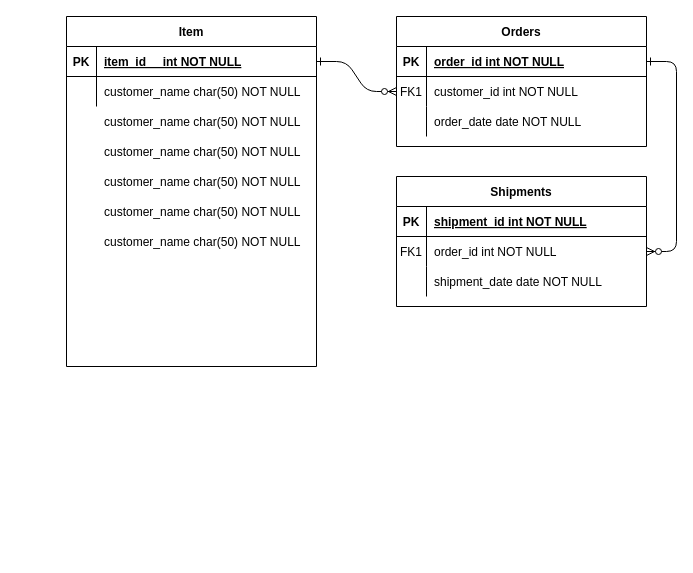
Before: Documentation/Untitled Diagram.drawio in IvoRum/Ape_Beats, a draw.io diagram. Source tidied: cells renumbered, new cells numbered last; positions are measured from the earlier drawing's top-left corner, leaving out a move shared by most shapes. Both pictures are drawn from the tidied source at 100%, with x=0, y=0 at pixel (66, 16).
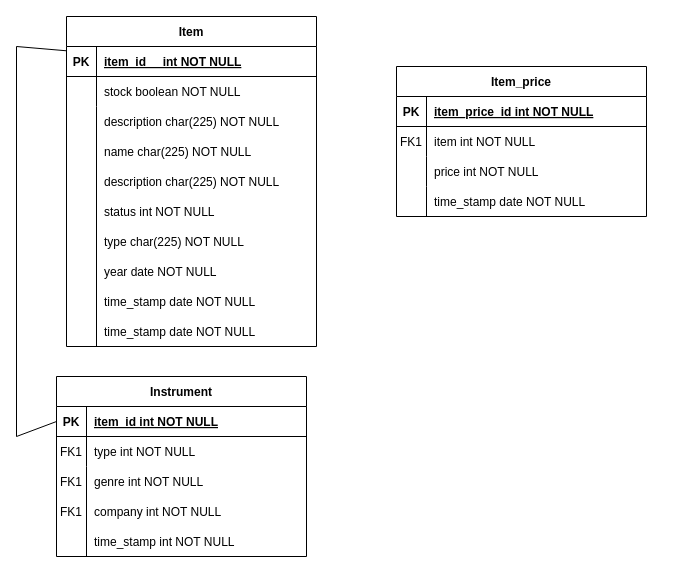
After the change.

Unchanged cells that the change refers to:
```xml
<mxCell id="15" style="shape=partialRectangle;fillColor=none;points=[[0,0.5],[1,0.5]];portConstraint=eastwest;top=0;left=0;right=0;bottom=1;" parent="14" vertex="1">
  <mxGeometry y="30" width="250" height="30" as="geometry" />
</mxCell>
<mxCell id="25" style="shape=partialRectangle;fillColor=none;points=[[0,0.5],[1,0.5]];portConstraint=eastwest;top=0;left=0;right=0;bottom=1;" parent="24" vertex="1">
  <mxGeometry y="30" width="250" height="30" as="geometry" />
</mxCell>
<mxCell id="28" style="shape=partialRectangle;fillColor=none;top=0;left=0;right=0;bottom=0;" parent="24" vertex="1">
  <mxGeometry y="60" width="250" height="30" as="geometry" />
</mxCell>
```

What changed in the source:
```diff
@@
-    <mxCell id="2" style="edgeStyle=entityRelationEdgeStyle;endArrow=ERzeroToMany;startArrow=ERone;endFill=1;startFill=0;" parent="1" edge="1" source="25" target="8">
-      <mxGeometry relative="1" as="geometry" />
-    </mxCell>
-    <mxCell id="3" style="edgeStyle=entityRelationEdgeStyle;endArrow=ERzeroToMany;startArrow=ERone;endFill=1;startFill=0;" parent="1" edge="1" source="5" target="18">
-      <mxGeometry relative="1" as="geometry" />
-    </mxCell>
-    <mxCell id="4" value="Orders" style="shape=table;startSize=30;childLayout=tableLayout;rowLines=0;fontStyle=1;align=center;" parent="1" vertex="1">
-      <mxGeometry x="330" width="250" height="130" as="geometry" />
-    </mxCell>
-    <mxCell id="5" style="shape=partialRectangle;fillColor=none;points=[[0,0.5],[1,0.5]];portConstraint=eastwest;top=0;left=0;right=0;bottom=1;" parent="4" vertex="1">
-      <mxGeometry y="30" width="250" height="30" as="geometry" />
-    </mxCell>
-    <mxCell id="6" value="PK" style="shape=partialRectangle;overflow=hidden;fillColor=none;top=0;left=0;bottom=0;right=0;fontStyle=1;" parent="5" vertex="1">
-      <mxGeometry width="30" height="30" as="geometry" />
-    </mxCell>
-    <mxCell id="7" value="order_id int NOT NULL " style="shape=partialRectangle;overflow=hidden;fillColor=none;top=0;left=0;bottom=0;right=0;align=left;spacingLeft=6;fontStyle=5;" parent="5" vertex="1">
-      <mxGeometry x="30" width="220" height="30" as="geometry" />
-    </mxCell>
-    <mxCell id="8" style="shape=partialRectangle;fillColor=none;points=[[0,0.5],[1,0.5]];portConstraint=eastwest;top=0;left=0;right=0;bottom=0;" parent="4" vertex="1">
-      <mxGeometry y="60" width="250" height="30" as="geometry" />
-    </mxCell>
-    <mxCell id="9" value="FK1" style="shape=partialRectangle;overflow=hidden;fillColor=none;top=0;left=0;bottom=0;right=0;" parent="8" vertex="1">
-      <mxGeometry width="30" height="30" as="geometry" />
-    </mxCell>
-    <mxCell id="10" value="customer_id int NOT NULL" style="shape=partialRectangle;overflow=hidden;fillColor=none;top=0;left=0;bottom=0;right=0;align=left;spacingLeft=6;" parent="8" vertex="1">
-      <mxGeometry x="30" width="220" height="30" as="geometry" />
-    </mxCell>
-    <mxCell id="11" style="shape=partialRectangle;fillColor=none;top=0;left=0;right=0;bottom=0;" parent="4" vertex="1">
-      <mxGeometry y="90" width="250" height="30" as="geometry" />
-    </mxCell>
-    <mxCell id="12" style="shape=partialRectangle;overflow=hidden;fillColor=none;top=0;left=0;bottom=0;right=0;" parent="11" vertex="1">
-      <mxGeometry width="30" height="30" as="geometry" />
-    </mxCell>
-    <mxCell id="13" value="order_date date NOT NULL" style="shape=partialRectangle;overflow=hidden;fillColor=none;top=0;left=0;bottom=0;right=0;align=left;spacingLeft=6;" parent="11" vertex="1">
-      <mxGeometry x="30" width="220" height="30" as="geometry" />
-    </mxCell>
-    <mxCell id="14" value="Shipments" style="shape=table;startSize=30;childLayout=tableLayout;rowLines=0;fontStyle=1;align=center;" parent="1" vertex="1">
-      <mxGeometry x="330" y="160" width="250" height="130" as="geometry" />
+    <mxCell id="14" value="Instrument" style="shape=table;startSize=30;childLayout=tableLayout;rowLines=0;fontStyle=1;align=center;" parent="1" vertex="1">
+      <mxGeometry x="-10" y="360" width="250" height="180" as="geometry" />
     </mxCell>
@@
-    <mxCell id="17" value="shipment_id int NOT NULL " style="shape=partialRectangle;overflow=hidden;fillColor=none;top=0;left=0;bottom=0;right=0;align=left;spacingLeft=6;fontStyle=5;" parent="15" vertex="1">
+    <mxCell id="17" value="item_id int NOT NULL " style="shape=partialRectangle;overflow=hidden;fillColor=none;top=0;left=0;bottom=0;right=0;align=left;spacingLeft=6;fontStyle=5;" parent="15" vertex="1">
       <mxGeometry x="30" width="220" height="30" as="geometry" />
     </mxCell>
-    <mxCell id="18" style="shape=partialRectangle;fillColor=none;points=[[0,0.5],[1,0.5]];portConstraint=eastwest;top=0;left=0;right=0;bottom=0;" parent="14" vertex="1">
-      <mxGeometry y="60" width="250" height="30" as="geometry" />
-    </mxCell>
-    <mxCell id="19" value="FK1" style="shape=partialRectangle;overflow=hidden;fillColor=none;top=0;left=0;bottom=0;right=0;" parent="18" vertex="1">
-      <mxGeometry width="30" height="30" as="geometry" />
-    </mxCell>
-    <mxCell id="20" value="order_id int NOT NULL" style="shape=partialRectangle;overflow=hidden;fillColor=none;top=0;left=0;bottom=0;right=0;align=left;spacingLeft=6;" parent="18" vertex="1">
-      <mxGeometry x="30" width="220" height="30" as="geometry" />
-    </mxCell>
     <mxCell id="21" style="shape=partialRectangle;fillColor=none;top=0;left=0;right=0;bottom=0;" parent="14" vertex="1">
-      <mxGeometry y="90" width="250" height="30" as="geometry" />
+      <mxGeometry y="60" width="250" height="30" as="geometry" />
     </mxCell>
@@
-    <mxCell id="23" value="shipment_date date NOT NULL" style="shape=partialRectangle;overflow=hidden;fillColor=none;top=0;left=0;bottom=0;right=0;align=left;spacingLeft=6;" parent="21" vertex="1">
+    <mxCell id="23" value="type int NOT NULL" style="shape=partialRectangle;overflow=hidden;fillColor=none;top=0;left=0;bottom=0;right=0;align=left;spacingLeft=6;" parent="21" vertex="1">
       <mxGeometry x="30" width="220" height="30" as="geometry" />
     </mxCell>
     <mxCell id="24" value="Item" style="shape=table;startSize=30;childLayout=tableLayout;rowLines=0;fontStyle=1;align=center;" parent="1" vertex="1">
-      <mxGeometry width="250" height="350" as="geometry" />
+      <mxGeometry width="250" height="330" as="geometry" />
     </mxCell>
@@
-    <mxCell id="30" value="customer_name char(50) NOT NULL" style="shape=partialRectangle;overflow=hidden;fillColor=none;top=0;left=0;bottom=0;right=0;align=left;spacingLeft=6;" parent="28" vertex="1">
+    <mxCell id="30" value="stock boolean NOT NULL" style="shape=partialRectangle;overflow=hidden;fillColor=none;top=0;left=0;bottom=0;right=0;align=left;spacingLeft=6;" parent="28" vertex="1">
       <mxGeometry x="30" width="220" height="30" as="geometry" />
     </mxCell>
-    <mxCell id="31" value="customer_name char(50) NOT NULL" style="shape=partialRectangle;overflow=hidden;fillColor=none;top=0;left=0;bottom=0;right=0;align=left;spacingLeft=6;" parent="1" vertex="1">
+    <mxCell id="31" value="description char(225) NOT NULL" style="shape=partialRectangle;overflow=hidden;fillColor=none;top=0;left=0;bottom=0;right=0;align=left;spacingLeft=6;" parent="1" vertex="1">
       <mxGeometry x="30" y="90" width="220" height="30" as="geometry" />
     </mxCell>
-    <mxCell id="32" value="customer_name char(50) NOT NULL" style="shape=partialRectangle;overflow=hidden;fillColor=none;top=0;left=0;bottom=0;right=0;align=left;spacingLeft=6;" parent="1" vertex="1">
-      <mxGeometry x="30" y="120" width="220" height="30" as="geometry" />
+    <mxCell id="32" value="status int NOT NULL" style="shape=partialRectangle;overflow=hidden;fillColor=none;top=0;left=0;bottom=0;right=0;align=left;spacingLeft=6;" parent="1" vertex="1">
+      <mxGeometry x="30" y="180" width="220" height="30" as="geometry" />
     </mxCell>
-    <mxCell id="33" value="customer_name char(50) NOT NULL" style="shape=partialRectangle;overflow=hidden;fillColor=none;top=0;left=0;bottom=0;right=0;align=left;spacingLeft=6;" parent="1" vertex="1">
-      <mxGeometry x="30" y="150" width="220" height="30" as="geometry" />
+    <mxCell id="33" value="type char(225) NOT NULL" style="shape=partialRectangle;overflow=hidden;fillColor=none;top=0;left=0;bottom=0;right=0;align=left;spacingLeft=6;" parent="1" vertex="1">
+      <mxGeometry x="30" y="210" width="220" height="30" as="geometry" />
     </mxCell>
-    <mxCell id="34" value="customer_name char(50) NOT NULL" style="shape=partialRectangle;overflow=hidden;fillColor=none;top=0;left=0;bottom=0;right=0;align=left;spacingLeft=6;" parent="1" vertex="1">
-      <mxGeometry x="30" y="180" width="220" height="30" as="geometry" />
+    <mxCell id="34" value="year date NOT NULL" style="shape=partialRectangle;overflow=hidden;fillColor=none;top=0;left=0;bottom=0;right=0;align=left;spacingLeft=6;" parent="1" vertex="1">
+      <mxGeometry x="30" y="240" width="220" height="30" as="geometry" />
     </mxCell>
-    <mxCell id="35" value="customer_name char(50) NOT NULL" style="shape=partialRectangle;overflow=hidden;fillColor=none;top=0;left=0;bottom=0;right=0;align=left;spacingLeft=6;" parent="1" vertex="1">
-      <mxGeometry x="30" y="210" width="220" height="30" as="geometry" />
+    <mxCell id="35" value="time_stamp date NOT NULL" style="shape=partialRectangle;overflow=hidden;fillColor=none;top=0;left=0;bottom=0;right=0;align=left;spacingLeft=6;" parent="1" vertex="1">
+      <mxGeometry x="30" y="270" width="220" height="30" as="geometry" />
     </mxCell>
+    <mxCell id="36" style="endArrow=none;html=1;rounded=0;" parent="1" edge="1">
+      <mxGeometry relative="1" as="geometry">
+        <mxPoint x="30" y="330" as="sourcePoint" />
+        <mxPoint x="30" y="90" as="targetPoint" />
+      </mxGeometry>
+    </mxCell>
+    <mxCell id="4" value="Item_price" style="shape=table;startSize=30;childLayout=tableLayout;rowLines=0;fontStyle=1;align=center;" parent="1" vertex="1">
+      <mxGeometry x="330" y="50" width="250" height="150" as="geometry" />
+    </mxCell>
+    <mxCell id="5" style="shape=partialRectangle;fillColor=none;points=[[0,0.5],[1,0.5]];portConstraint=eastwest;top=0;left=0;right=0;bottom=1;" parent="4" vertex="1">
+      <mxGeometry y="30" width="250" height="30" as="geometry" />
+    </mxCell>
+    <mxCell id="6" value="PK" style="shape=partialRectangle;overflow=hidden;fillColor=none;top=0;left=0;bottom=0;right=0;fontStyle=1;" parent="5" vertex="1">
+      <mxGeometry width="30" height="30" as="geometry" />
+    </mxCell>
+    <mxCell id="7" value="item_price_id int NOT NULL" style="shape=partialRectangle;overflow=hidden;fillColor=none;top=0;left=0;bottom=0;right=0;align=left;spacingLeft=6;fontStyle=5;" parent="5" vertex="1">
+      <mxGeometry x="30" width="220" height="30" as="geometry" />
+    </mxCell>
+    <mxCell id="8" style="shape=partialRectangle;fillColor=none;points=[[0,0.5],[1,0.5]];portConstraint=eastwest;top=0;left=0;right=0;bottom=0;" parent="4" vertex="1">
+      <mxGeometry y="60" width="250" height="30" as="geometry" />
+    </mxCell>
+    <mxCell id="9" value="FK1" style="shape=partialRectangle;overflow=hidden;fillColor=none;top=0;left=0;bottom=0;right=0;" parent="8" vertex="1">
+      <mxGeometry width="30" height="30" as="geometry" />
+    </mxCell>
+    <mxCell id="10" value="item int NOT NULL" style="shape=partialRectangle;overflow=hidden;fillColor=none;top=0;left=0;bottom=0;right=0;align=left;spacingLeft=6;" parent="8" vertex="1">
+      <mxGeometry x="30" width="220" height="30" as="geometry" />
+    </mxCell>
+    <mxCell id="11" style="shape=partialRectangle;fillColor=none;top=0;left=0;right=0;bottom=0;" parent="4" vertex="1">
+      <mxGeometry y="90" width="250" height="30" as="geometry" />
+    </mxCell>
+    <mxCell id="12" style="shape=partialRectangle;overflow=hidden;fillColor=none;top=0;left=0;bottom=0;right=0;" parent="11" vertex="1">
+      <mxGeometry width="30" height="30" as="geometry" />
+    </mxCell>
+    <mxCell id="13" value="price int NOT NULL" style="shape=partialRectangle;overflow=hidden;fillColor=none;top=0;left=0;bottom=0;right=0;align=left;spacingLeft=6;" parent="11" vertex="1">
+      <mxGeometry x="30" width="220" height="30" as="geometry" />
+    </mxCell>
+    <mxCell id="37" value="time_stamp date NOT NULL" style="shape=partialRectangle;overflow=hidden;fillColor=none;top=0;left=0;bottom=0;right=0;align=left;spacingLeft=6;" parent="1" vertex="1">
+      <mxGeometry x="360" y="170" width="220" height="30" as="geometry" />
+    </mxCell>
+    <mxCell id="38" style="endArrow=none;html=1;rounded=0;" parent="1" edge="1">
+      <mxGeometry relative="1" as="geometry">
+        <mxPoint x="360" y="200" as="sourcePoint" />
+        <mxPoint x="360" y="170" as="targetPoint" />
+      </mxGeometry>
+    </mxCell>
+    <mxCell id="39" value="time_stamp date NOT NULL" style="shape=partialRectangle;overflow=hidden;fillColor=none;top=0;left=0;bottom=0;right=0;align=left;spacingLeft=6;" parent="1" vertex="1">
+      <mxGeometry x="30" y="300" width="220" height="30" as="geometry" />
+    </mxCell>
+    <mxCell id="40" value="name char(225) NOT NULL" style="shape=partialRectangle;overflow=hidden;fillColor=none;top=0;left=0;bottom=0;right=0;align=left;spacingLeft=6;" parent="1" vertex="1">
+      <mxGeometry x="30" y="120" width="220" height="30" as="geometry" />
+    </mxCell>
+    <mxCell id="41" style="endArrow=none;html=1;rounded=0;exitX=0;exitY=0.5;exitDx=0;exitDy=0;" parent="1" edge="1" source="15" target="25">
+      <mxGeometry relative="1" as="geometry">
+        <Array as="points">
+          <mxPoint x="-50" y="420" />
+          <mxPoint x="-50" y="30" />
+        </Array>
+      </mxGeometry>
+    </mxCell>
+    <mxCell id="42" value="description char(225) NOT NULL" style="shape=partialRectangle;overflow=hidden;fillColor=none;top=0;left=0;bottom=0;right=0;align=left;spacingLeft=6;" parent="1" vertex="1">
+      <mxGeometry x="30" y="150" width="220" height="30" as="geometry" />
+    </mxCell>
+    <mxCell id="43" value="genre int NOT NULL" style="shape=partialRectangle;overflow=hidden;fillColor=none;top=0;left=0;bottom=0;right=0;align=left;spacingLeft=6;" parent="1" vertex="1">
+      <mxGeometry x="20" y="450" width="220" height="30" as="geometry" />
+    </mxCell>
+    <mxCell id="44" value="company int NOT NULL" style="shape=partialRectangle;overflow=hidden;fillColor=none;top=0;left=0;bottom=0;right=0;align=left;spacingLeft=6;" parent="1" vertex="1">
+      <mxGeometry x="20" y="480" width="220" height="30" as="geometry" />
+    </mxCell>
+    <mxCell id="45" value="time_stamp int NOT NULL" style="shape=partialRectangle;overflow=hidden;fillColor=none;top=0;left=0;bottom=0;right=0;align=left;spacingLeft=6;" parent="1" vertex="1">
+      <mxGeometry x="20" y="510" width="220" height="30" as="geometry" />
+    </mxCell>
+    <mxCell id="46" style="endArrow=none;html=1;rounded=0;" parent="1" edge="1">
+      <mxGeometry relative="1" as="geometry">
+        <mxPoint x="20" y="540" as="sourcePoint" />
+        <mxPoint x="20" y="450" as="targetPoint" />
+      </mxGeometry>
+    </mxCell>
+    <mxCell id="47" value="FK1" style="shape=partialRectangle;overflow=hidden;fillColor=none;top=0;left=0;bottom=0;right=0;" parent="1" vertex="1">
+      <mxGeometry x="-10" y="480" width="30" height="30" as="geometry" />
+    </mxCell>
+    <mxCell id="48" value="FK1" style="shape=partialRectangle;overflow=hidden;fillColor=none;top=0;left=0;bottom=0;right=0;" parent="1" vertex="1">
+      <mxGeometry x="-10" y="450" width="30" height="30" as="geometry" />
+    </mxCell>
+    <mxCell id="49" value="FK1" style="shape=partialRectangle;overflow=hidden;fillColor=none;top=0;left=0;bottom=0;right=0;" parent="1" vertex="1">
+      <mxGeometry x="-10" y="420" width="30" height="30" as="geometry" />
+    </mxCell>
```
